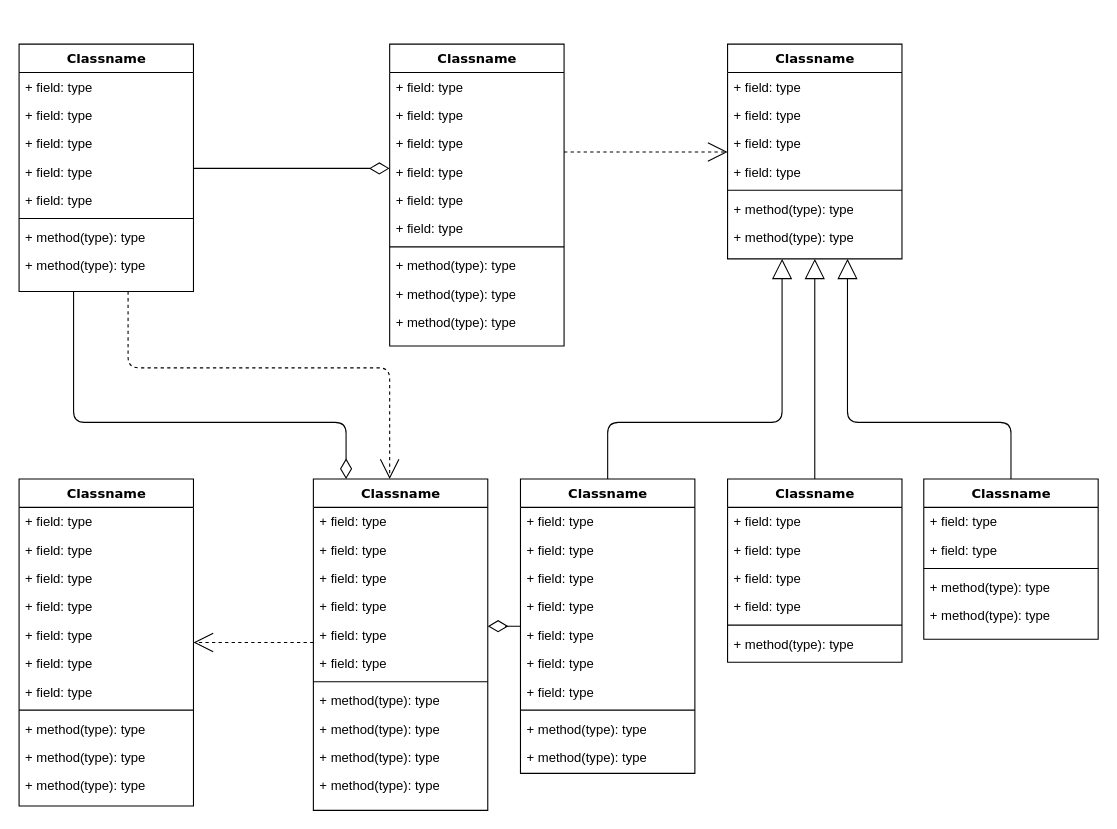
Before: Diagramme sans nom.drawio in dolobe/Gestion-d-un-Espace-de-Gaming, a draw.io diagram. Source tidied: cells renumbered, new cells numbered last; positions are measured from the earlier drawing's top-left corner, leaving out a move shared by most shapes. Both pictures are drawn from the tidied source at 109%, with x=0, y=0 at pixel (19, 44).
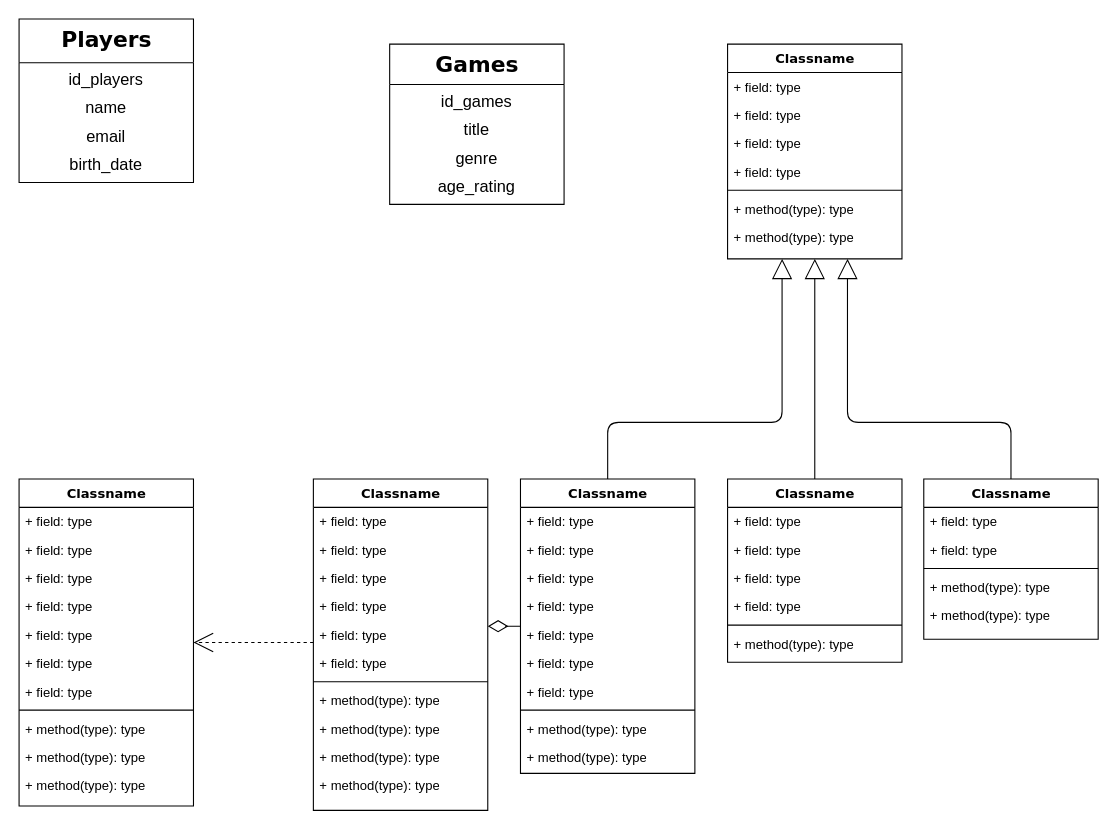
The same diagram, later.

Commit message:
Mettre à jour Diagramme sans nom.drawio

Unchanged cells that the change refers to:
```xml
<mxCell id="25" value="Classname" style="swimlane;html=1;fontStyle=1;align=center;verticalAlign=top;horizontal=1;startSize=26;swimlaneFillColor=#ffffff;rounded=0;shadow=0;comic=0;labelBackgroundColor=none;strokeWidth=1;fillColor=none;fontFamily=Verdana;fontSize=12;" parent="1" vertex="1">
  <mxGeometry x="650" width="160" height="197" as="geometry" />
</mxCell>
<mxCell id="47" value="Classname" style="swimlane;html=1;fontStyle=1;align=center;verticalAlign=top;horizontal=1;startSize=26;swimlaneFillColor=#ffffff;rounded=0;shadow=0;comic=0;labelBackgroundColor=none;strokeWidth=1;fillColor=none;fontFamily=Verdana;fontSize=12;" parent="1" vertex="1">
  <mxGeometry x="270" y="399" width="160" height="304" as="geometry" />
</mxCell>
```

Diff of the diagram source:
```diff
@@
-    <mxCell id="2" style="edgeStyle=orthogonalEdgeStyle;html=1;labelBackgroundColor=none;startFill=0;startSize=8;endArrow=open;endFill=0;endSize=16;fontFamily=Verdana;fontSize=12;dashed=1;" parent="1" edge="1" source="4" target="47">
-      <mxGeometry relative="1" as="geometry">
-        <Array as="points">
-          <mxPoint x="100" y="297" />
-          <mxPoint x="340" y="297" />
-        </Array>
-      </mxGeometry>
-    </mxCell>
-    <mxCell id="3" style="edgeStyle=orthogonalEdgeStyle;html=1;labelBackgroundColor=none;startFill=0;startSize=8;endArrow=diamondThin;endFill=0;endSize=16;fontFamily=Verdana;fontSize=12;" parent="1" edge="1" source="4" target="47">
-      <mxGeometry relative="1" as="geometry">
-        <Array as="points">
-          <mxPoint x="50" y="347" />
-          <mxPoint x="300" y="347" />
-        </Array>
-      </mxGeometry>
-    </mxCell>
-    <mxCell id="4" value="Classname" style="swimlane;html=1;fontStyle=1;align=center;verticalAlign=top;horizontal=1;startSize=26;swimlaneFillColor=#ffffff;rounded=0;shadow=0;comic=0;labelBackgroundColor=none;strokeWidth=1;fillColor=none;fontFamily=Verdana;fontSize=12;" parent="1" vertex="1">
-      <mxGeometry width="160" height="227" as="geometry" />
+    <mxCell id="4" value="&lt;font style=&quot;font-size: 20px;&quot;&gt;Players&lt;/font&gt;" style="swimlane;html=1;fontStyle=1;align=center;verticalAlign=top;horizontal=1;startSize=40;swimlaneFillColor=#ffffff;rounded=0;shadow=0;comic=0;labelBackgroundColor=none;strokeWidth=1;fillColor=none;fontFamily=Verdana;fontSize=12;" parent="1" vertex="1">
+      <mxGeometry y="-23" width="160" height="150" as="geometry" />
     </mxCell>
-    <mxCell id="5" value="+ field: type" style="text;html=1;strokeColor=none;fillColor=none;align=left;verticalAlign=top;spacingLeft=4;spacingRight=4;whiteSpace=wrap;overflow=hidden;" parent="4" vertex="1">
-      <mxGeometry y="26" width="160" height="26" as="geometry" />
+    <mxCell id="5" value="&lt;font style=&quot;font-size: 15px;&quot;&gt;id_players&lt;/font&gt;" style="text;html=1;strokeColor=none;fillColor=none;align=center;verticalAlign=top;spacingLeft=4;spacingRight=4;whiteSpace=wrap;overflow=hidden;" parent="4" vertex="1">
+      <mxGeometry y="40" width="160" height="26" as="geometry" />
     </mxCell>
-    <mxCell id="6" value="+ field: type" style="text;html=1;strokeColor=none;fillColor=none;align=left;verticalAlign=top;spacingLeft=4;spacingRight=4;whiteSpace=wrap;overflow=hidden;" parent="4" vertex="1">
-      <mxGeometry y="52" width="160" height="26" as="geometry" />
+    <mxCell id="6" value="&lt;font style=&quot;font-size: 15px;&quot;&gt;name&lt;/font&gt;" style="text;html=1;strokeColor=none;fillColor=none;align=center;verticalAlign=top;spacingLeft=4;spacingRight=4;whiteSpace=wrap;overflow=hidden;" parent="4" vertex="1">
+      <mxGeometry y="66" width="160" height="26" as="geometry" />
     </mxCell>
-    <mxCell id="7" value="+ field: type" style="text;html=1;strokeColor=none;fillColor=none;align=left;verticalAlign=top;spacingLeft=4;spacingRight=4;whiteSpace=wrap;overflow=hidden;" parent="4" vertex="1">
-      <mxGeometry y="78" width="160" height="26" as="geometry" />
+    <mxCell id="7" value="&lt;font style=&quot;font-size: 15px;&quot;&gt;email&lt;/font&gt;" style="text;html=1;strokeColor=none;fillColor=none;align=center;verticalAlign=top;spacingLeft=4;spacingRight=4;whiteSpace=wrap;overflow=hidden;" parent="4" vertex="1">
+      <mxGeometry y="92" width="160" height="26" as="geometry" />
     </mxCell>
-    <mxCell id="8" value="+ field: type" style="text;html=1;strokeColor=none;fillColor=none;align=left;verticalAlign=top;spacingLeft=4;spacingRight=4;whiteSpace=wrap;overflow=hidden;" parent="4" vertex="1">
-      <mxGeometry y="104" width="160" height="26" as="geometry" />
+    <mxCell id="8" value="&lt;font style=&quot;font-size: 15px;&quot;&gt;birth_date&lt;/font&gt;" style="text;html=1;strokeColor=none;fillColor=none;align=center;verticalAlign=top;spacingLeft=4;spacingRight=4;whiteSpace=wrap;overflow=hidden;" parent="4" vertex="1">
+      <mxGeometry y="118" width="160" height="26" as="geometry" />
     </mxCell>
-    <mxCell id="9" value="+ field: type" style="text;html=1;strokeColor=none;fillColor=none;align=left;verticalAlign=top;spacingLeft=4;spacingRight=4;whiteSpace=wrap;overflow=hidden;" parent="4" vertex="1">
-      <mxGeometry y="130" width="160" height="26" as="geometry" />
-    </mxCell>
-    <mxCell id="10" style="line;html=1;strokeWidth=1;fillColor=none;align=left;verticalAlign=middle;spacingTop=-1;spacingLeft=3;spacingRight=3;labelPosition=right;" parent="4" vertex="1">
-      <mxGeometry y="156" width="160" height="8" as="geometry" />
-    </mxCell>
-    <mxCell id="11" value="+ method(type): type" style="text;html=1;strokeColor=none;fillColor=none;align=left;verticalAlign=top;spacingLeft=4;spacingRight=4;whiteSpace=wrap;overflow=hidden;" parent="4" vertex="1">
-      <mxGeometry y="164" width="160" height="26" as="geometry" />
-    </mxCell>
-    <mxCell id="12" value="+ method(type): type" style="text;html=1;strokeColor=none;fillColor=none;align=left;verticalAlign=top;spacingLeft=4;spacingRight=4;whiteSpace=wrap;overflow=hidden;" parent="4" vertex="1">
-      <mxGeometry y="190" width="160" height="26" as="geometry" />
-    </mxCell>
-    <mxCell id="13" style="edgeStyle=elbowEdgeStyle;html=1;labelBackgroundColor=none;startFill=0;startSize=8;endArrow=open;endFill=0;endSize=16;fontFamily=Verdana;fontSize=12;elbow=vertical;dashed=1;" parent="1" edge="1" source="14" target="25">
-      <mxGeometry relative="1" as="geometry" />
-    </mxCell>
-    <mxCell id="14" value="Classname" style="swimlane;html=1;fontStyle=1;align=center;verticalAlign=top;horizontal=1;startSize=26;swimlaneFillColor=#ffffff;rounded=0;shadow=0;comic=0;labelBackgroundColor=none;strokeWidth=1;fillColor=none;fontFamily=Verdana;fontSize=12;" parent="1" vertex="1">
-      <mxGeometry x="340" width="160" height="277" as="geometry" />
+    <mxCell id="14" value="&lt;font style=&quot;font-size: 20px;&quot;&gt;Games&lt;/font&gt;" style="swimlane;html=1;fontStyle=1;align=center;verticalAlign=top;horizontal=1;startSize=37;swimlaneFillColor=#ffffff;rounded=0;shadow=0;comic=0;labelBackgroundColor=none;strokeWidth=1;fillColor=none;fontFamily=Verdana;fontSize=12;" parent="1" vertex="1">
+      <mxGeometry x="340" width="160" height="147" as="geometry" />
     </mxCell>
-    <mxCell id="15" value="+ field: type" style="text;html=1;strokeColor=none;fillColor=none;align=left;verticalAlign=top;spacingLeft=4;spacingRight=4;whiteSpace=wrap;overflow=hidden;" parent="14" vertex="1">
-      <mxGeometry y="26" width="160" height="26" as="geometry" />
+    <mxCell id="15" value="&lt;font style=&quot;font-size: 15px;&quot;&gt;id_games&lt;/font&gt;" style="text;html=1;strokeColor=none;fillColor=none;align=center;verticalAlign=top;spacingLeft=4;spacingRight=4;whiteSpace=wrap;overflow=hidden;" parent="14" vertex="1">
+      <mxGeometry y="37" width="160" height="26" as="geometry" />
     </mxCell>
-    <mxCell id="16" value="+ field: type" style="text;html=1;strokeColor=none;fillColor=none;align=left;verticalAlign=top;spacingLeft=4;spacingRight=4;whiteSpace=wrap;overflow=hidden;" parent="14" vertex="1">
-      <mxGeometry y="52" width="160" height="26" as="geometry" />
+    <mxCell id="16" value="&lt;font style=&quot;font-size: 15px;&quot;&gt;title&lt;/font&gt;" style="text;html=1;strokeColor=none;fillColor=none;align=center;verticalAlign=top;spacingLeft=4;spacingRight=4;whiteSpace=wrap;overflow=hidden;" parent="14" vertex="1">
+      <mxGeometry y="63" width="160" height="26" as="geometry" />
     </mxCell>
-    <mxCell id="17" value="+ field: type" style="text;html=1;strokeColor=none;fillColor=none;align=left;verticalAlign=top;spacingLeft=4;spacingRight=4;whiteSpace=wrap;overflow=hidden;" parent="14" vertex="1">
-      <mxGeometry y="78" width="160" height="26" as="geometry" />
+    <mxCell id="17" value="&lt;font style=&quot;font-size: 15px;&quot;&gt;genre&lt;/font&gt;" style="text;html=1;strokeColor=none;fillColor=none;align=center;verticalAlign=top;spacingLeft=4;spacingRight=4;whiteSpace=wrap;overflow=hidden;" parent="14" vertex="1">
+      <mxGeometry y="89" width="160" height="26" as="geometry" />
     </mxCell>
-    <mxCell id="18" value="+ field: type" style="text;html=1;strokeColor=none;fillColor=none;align=left;verticalAlign=top;spacingLeft=4;spacingRight=4;whiteSpace=wrap;overflow=hidden;" parent="14" vertex="1">
-      <mxGeometry y="104" width="160" height="26" as="geometry" />
+    <mxCell id="18" value="&lt;font style=&quot;font-size: 15px;&quot;&gt;age_rating&lt;/font&gt;" style="text;html=1;strokeColor=none;fillColor=none;align=center;verticalAlign=top;spacingLeft=4;spacingRight=4;whiteSpace=wrap;overflow=hidden;" parent="14" vertex="1">
+      <mxGeometry y="115" width="160" height="26" as="geometry" />
     </mxCell>
-    <mxCell id="19" value="+ field: type" style="text;html=1;strokeColor=none;fillColor=none;align=left;verticalAlign=top;spacingLeft=4;spacingRight=4;whiteSpace=wrap;overflow=hidden;" parent="14" vertex="1">
-      <mxGeometry y="130" width="160" height="26" as="geometry" />
-    </mxCell>
-    <mxCell id="20" value="+ field: type" style="text;html=1;strokeColor=none;fillColor=none;align=left;verticalAlign=top;spacingLeft=4;spacingRight=4;whiteSpace=wrap;overflow=hidden;" parent="14" vertex="1">
-      <mxGeometry y="156" width="160" height="26" as="geometry" />
-    </mxCell>
-    <mxCell id="21" style="line;html=1;strokeWidth=1;fillColor=none;align=left;verticalAlign=middle;spacingTop=-1;spacingLeft=3;spacingRight=3;labelPosition=right;" parent="14" vertex="1">
-      <mxGeometry y="182" width="160" height="8" as="geometry" />
-    </mxCell>
-    <mxCell id="22" value="+ method(type): type" style="text;html=1;strokeColor=none;fillColor=none;align=left;verticalAlign=top;spacingLeft=4;spacingRight=4;whiteSpace=wrap;overflow=hidden;" parent="14" vertex="1">
-      <mxGeometry y="190" width="160" height="26" as="geometry" />
-    </mxCell>
-    <mxCell id="23" value="+ method(type): type" style="text;html=1;strokeColor=none;fillColor=none;align=left;verticalAlign=top;spacingLeft=4;spacingRight=4;whiteSpace=wrap;overflow=hidden;" parent="14" vertex="1">
-      <mxGeometry y="216" width="160" height="26" as="geometry" />
-    </mxCell>
-    <mxCell id="24" value="+ method(type): type" style="text;html=1;strokeColor=none;fillColor=none;align=left;verticalAlign=top;spacingLeft=4;spacingRight=4;whiteSpace=wrap;overflow=hidden;" parent="14" vertex="1">
-      <mxGeometry y="242" width="160" height="26" as="geometry" />
-    </mxCell>
@@
-    <mxCell id="86" style="edgeStyle=elbowEdgeStyle;html=1;labelBackgroundColor=none;startFill=0;startSize=8;endArrow=diamondThin;endFill=0;endSize=16;fontFamily=Verdana;fontSize=12;elbow=vertical;" parent="1" edge="1" source="4" target="14">
-      <mxGeometry relative="1" as="geometry" />
-    </mxCell>
```
